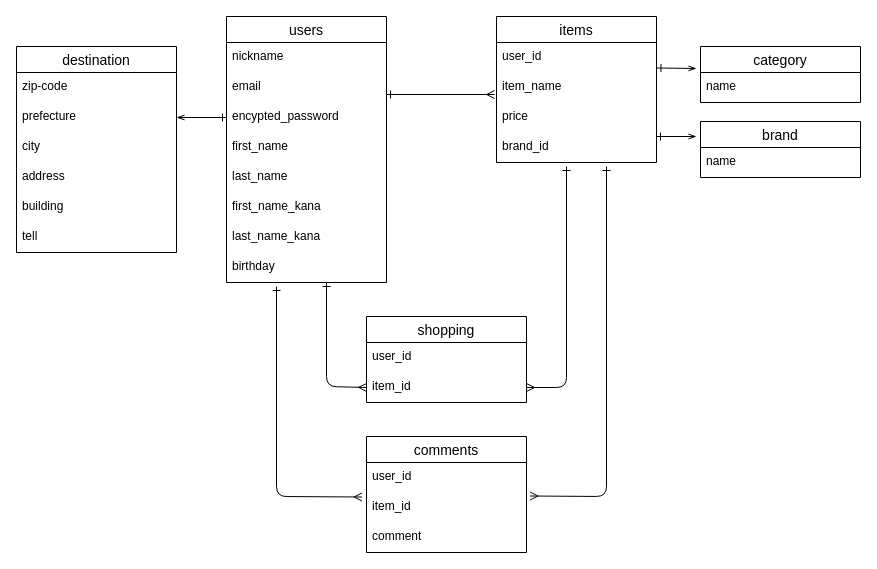
manami0624/furima-39355 keeps this draw.io diagram as test.dio. Above is the earlier version. Source tidied: cells renumbered, new cells numbered last; positions are measured from the earlier drawing's top-left corner, leaving out a move shared by most shapes. Both pictures are drawn from the tidied source at 100%, with x=0, y=0 at pixel (16, 16).
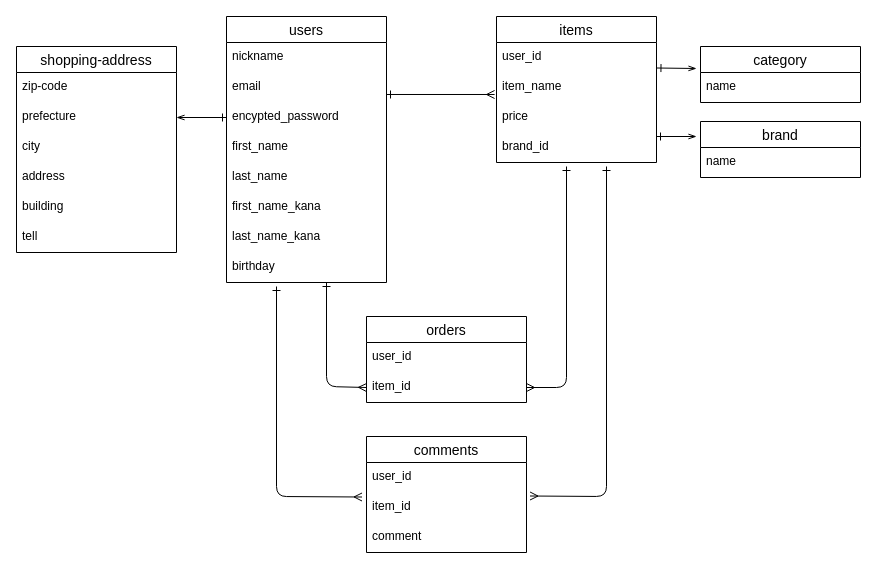
Above is the later version.

Commit message (it also covers changes not shown here):
テーブル名・association修正

Change to the diagram source:
```diff
@@
-    <mxCell id="27" value="shopping" style="swimlane;fontStyle=0;horizontal=1;startSize=26;align=center;fontSize=14;" parent="1" vertex="1">
+    <mxCell id="27" value="orders" style="swimlane;fontStyle=0;horizontal=1;startSize=26;align=center;fontSize=14;" parent="1" vertex="1">
       <mxGeometry x="350" y="300" width="160" height="86" as="geometry" />
     </mxCell>
@@
-    <mxCell id="30" value="destination" style="swimlane;fontStyle=0;horizontal=1;startSize=26;align=center;fontSize=14;" parent="1" vertex="1">
+    <mxCell id="30" value="shopping-address" style="swimlane;fontStyle=0;horizontal=1;startSize=26;align=center;fontSize=14;" parent="1" vertex="1">
       <mxGeometry y="30" width="160" height="206" as="geometry" />
     </mxCell>
```
